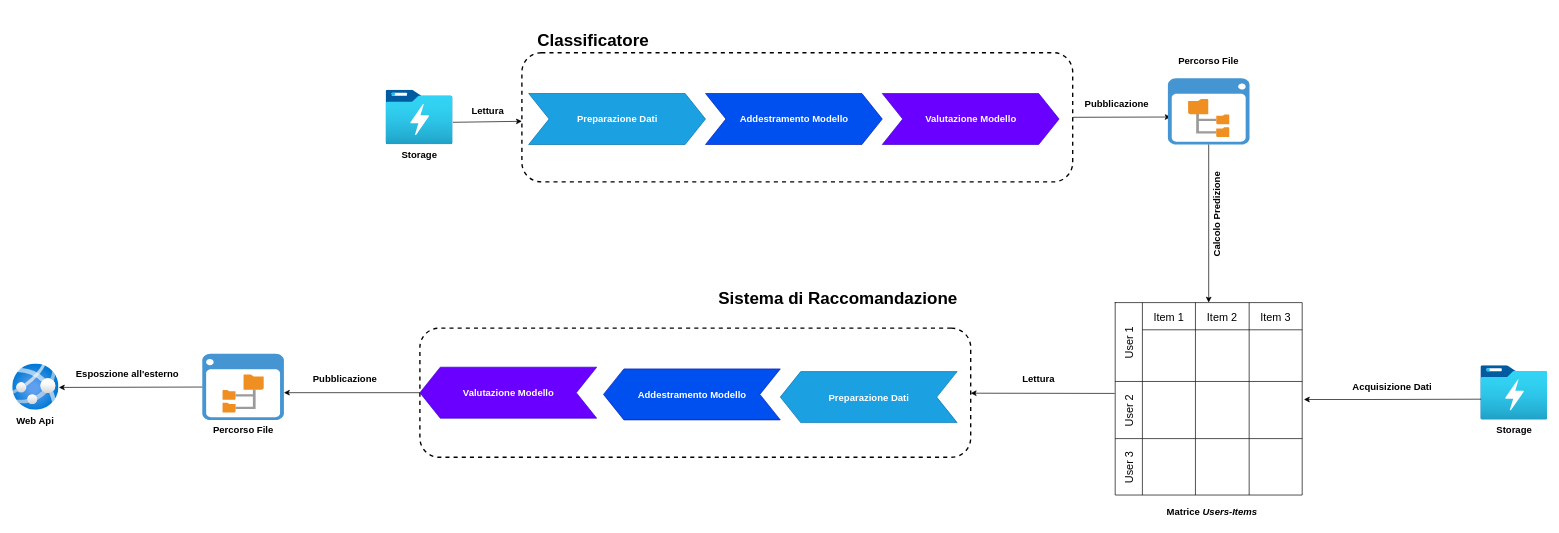
This is page "Recommender System" (1 of 27) of Documentazione/Tesi/Diagrammi/Architettura.drawio from speaking-codes/QuickApp, a draw.io file, before an edit. Source tidied: cells renumbered, new cells numbered last; positions are measured from the earlier drawing's top-left corner, leaving out a move shared by most shapes. Both pictures are drawn from the tidied source at 68%, with x=0, y=0 at pixel (12, 18).
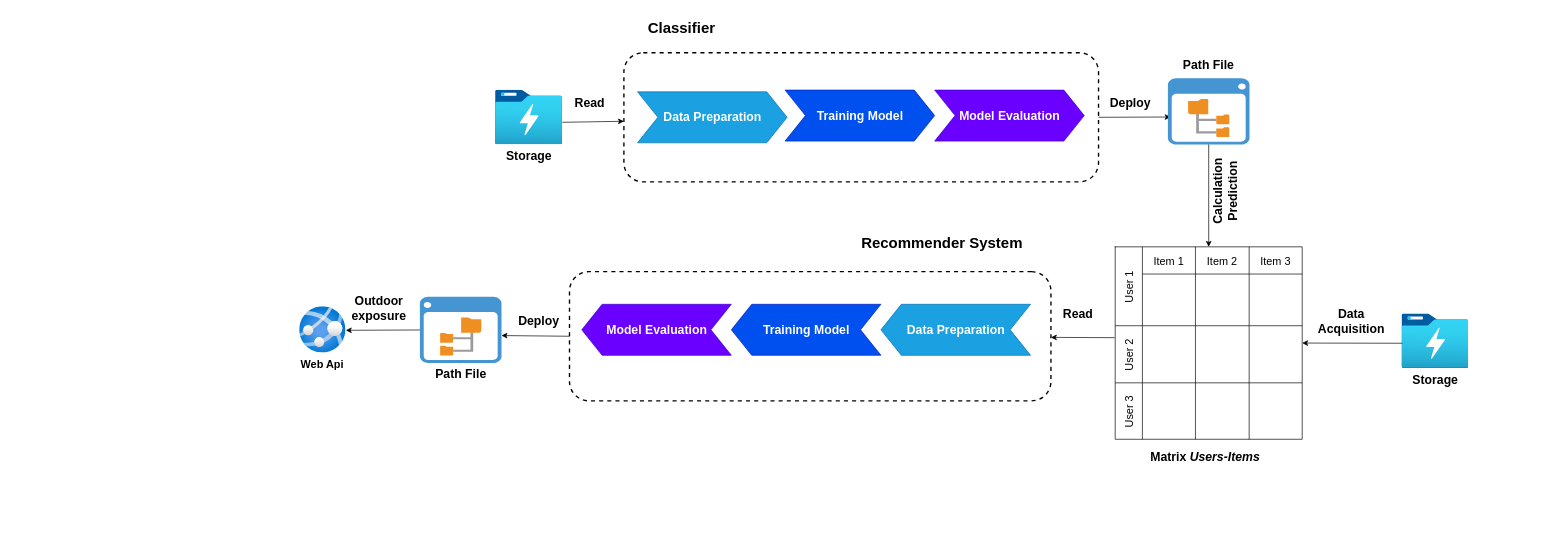
Above is the later version.

Unchanged cells that the change refers to:
```xml
<mxCell id="23" value="User 2" style="shape=tableRow;horizontal=0;swimlaneHead=0;swimlaneBody=0;top=0;left=0;strokeColor=inherit;bottom=0;right=0;fontStyle=0;fillColor=none;startSize=40;fontSize=16;" parent="18" vertex="1">
  <mxGeometry y="116" width="275" height="84" as="geometry" />
</mxCell>
```

The edit, as a diff of the source:
```diff
@@
-    <mxCell id="2" value="Storage" style="image;html=1;points=[];align=center;fontSize=14;image=img/lib/azure2/analytics/Data_Lake_Store_Gen1.svg;fontStyle=1;" parent="1" vertex="1">
-      <mxGeometry x="550" y="105" width="98.5" height="80" as="geometry" />
+    <mxCell id="2" value="Storage" style="image;html=1;points=[];align=center;fontSize=18;image=img/lib/azure2/analytics/Data_Lake_Store_Gen1.svg;fontStyle=1;" parent="1" vertex="1">
+      <mxGeometry x="711" y="105" width="98.5" height="80" as="geometry" />
     </mxCell>
-    <mxCell id="3" style="rounded=1;whiteSpace=wrap;html=1;dashed=1;strokeWidth=2;fillColor=none;" parent="1" vertex="1">
-      <mxGeometry x="750" y="50" width="810" height="190" as="geometry" />
+    <mxCell id="3" style="rounded=1;whiteSpace=wrap;html=1;dashed=1;strokeWidth=2;fillColor=none;fontSize=16;" parent="1" vertex="1">
+      <mxGeometry x="900" y="50" width="698" height="190" as="geometry" />
     </mxCell>
-    <mxCell id="4" value="Classificatore" style="text;html=1;align=center;verticalAlign=middle;whiteSpace=wrap;rounded=0;fontStyle=1;fontSize=25;" parent="1" vertex="1">
-      <mxGeometry x="770" width="170" height="60" as="geometry" />
+    <mxCell id="4" value="Classifier" style="text;html=1;align=center;verticalAlign=middle;whiteSpace=wrap;rounded=0;fontStyle=1;fontSize=22;" parent="1" vertex="1">
+      <mxGeometry x="920" y="-10" width="130" height="50" as="geometry" />
     </mxCell>
-    <mxCell id="5" style="endArrow=classic;html=1;rounded=0;exitX=1;exitY=0.592;exitDx=0;exitDy=0;exitPerimeter=0;" parent="1" edge="1" source="2" target="3">
+    <mxCell id="5" style="endArrow=classic;html=1;rounded=0;exitX=1;exitY=0.592;exitDx=0;exitDy=0;exitPerimeter=0;fontSize=16;" parent="1" edge="1" source="2" target="3">
       <mxGeometry relative="1" as="geometry" />
     </mxCell>
-    <mxCell id="6" value="Lettura" style="text;html=1;align=center;verticalAlign=middle;whiteSpace=wrap;rounded=0;fontStyle=1;fontSize=14;" parent="1" vertex="1">
-      <mxGeometry x="670" y="120" width="60" height="30" as="geometry" />
+    <mxCell id="6" value="Read" style="text;html=1;align=center;verticalAlign=middle;whiteSpace=wrap;rounded=0;fontStyle=1;fontSize=18;" parent="1" vertex="1">
+      <mxGeometry x="820" y="110" width="60" height="30" as="geometry" />
     </mxCell>
-    <mxCell id="7" value="Preparazione Dati" style="html=1;shadow=0;dashed=0;align=center;verticalAlign=middle;shape=mxgraph.arrows2.arrow;dy=0;dx=30;notch=30;fontStyle=1;fontSize=14;fillColor=#1ba1e2;strokeColor=#006EAF;fontColor=#ffffff;" parent="1" vertex="1">
-      <mxGeometry x="760" y="110" width="260" height="75" as="geometry" />
+    <mxCell id="7" value="Data Preparation" style="html=1;shadow=0;dashed=0;align=center;verticalAlign=middle;shape=mxgraph.arrows2.arrow;dy=0;dx=30;notch=30;fontStyle=1;fontSize=18;fillColor=#1ba1e2;strokeColor=#006EAF;fontColor=#ffffff;" parent="1" vertex="1">
+      <mxGeometry x="920" y="107.5" width="220" height="75" as="geometry" />
     </mxCell>
-    <mxCell id="8" value="Addestramento Modello" style="html=1;shadow=0;dashed=0;align=center;verticalAlign=middle;shape=mxgraph.arrows2.arrow;dy=0;dx=30;notch=30;fontStyle=1;fontSize=14;fillColor=#0050ef;fontColor=#ffffff;strokeColor=#001DBC;" parent="1" vertex="1">
-      <mxGeometry x="1020" y="110" width="260" height="75" as="geometry" />
+    <mxCell id="8" value="Training Model" style="html=1;shadow=0;dashed=0;align=center;verticalAlign=middle;shape=mxgraph.arrows2.arrow;dy=0;dx=30;notch=30;fontStyle=1;fontSize=18;fillColor=#0050ef;fontColor=#ffffff;strokeColor=#001DBC;" parent="1" vertex="1">
+      <mxGeometry x="1137" y="105" width="220" height="75" as="geometry" />
     </mxCell>
-    <mxCell id="9" value="Valutazione Modello" style="html=1;shadow=0;dashed=0;align=center;verticalAlign=middle;shape=mxgraph.arrows2.arrow;dy=0;dx=30;notch=30;fontStyle=1;fontSize=14;fillColor=#6a00ff;fontColor=#ffffff;strokeColor=#3700CC;" parent="1" vertex="1">
-      <mxGeometry x="1280" y="110" width="260" height="75" as="geometry" />
+    <mxCell id="9" value="Model Evaluation" style="html=1;shadow=0;dashed=0;align=center;verticalAlign=middle;shape=mxgraph.arrows2.arrow;dy=0;dx=30;notch=30;fontStyle=1;fontSize=18;fillColor=#6a00ff;fontColor=#ffffff;strokeColor=#3700CC;" parent="1" vertex="1">
+      <mxGeometry x="1357" y="105" width="220" height="75" as="geometry" />
     </mxCell>
-    <mxCell id="10" style="endArrow=classic;html=1;rounded=0;exitX=1;exitY=0.5;exitDx=0;exitDy=0;entryX=0.034;entryY=0.585;entryDx=0;entryDy=0;entryPerimeter=0;" parent="1" edge="1" source="3" target="11">
+    <mxCell id="10" style="endArrow=classic;html=1;rounded=0;exitX=1;exitY=0.5;exitDx=0;exitDy=0;entryX=0.034;entryY=0.585;entryDx=0;entryDy=0;entryPerimeter=0;fontSize=16;" parent="1" edge="1" source="3" target="11">
       <mxGeometry relative="1" as="geometry" />
     </mxCell>
-    <mxCell id="11" style="shadow=0;dashed=0;html=1;strokeColor=none;fillColor=#4495D1;labelPosition=center;verticalLabelPosition=bottom;verticalAlign=top;align=center;outlineConnect=0;shape=mxgraph.veeam.2d.file_system_browser;fontSize=14;fontStyle=1;horizontal=0;labelBackgroundColor=none;" parent="1" vertex="1">
+    <mxCell id="11" style="shadow=0;dashed=0;html=1;strokeColor=none;fillColor=#4495D1;labelPosition=center;verticalLabelPosition=bottom;verticalAlign=top;align=center;outlineConnect=0;shape=mxgraph.veeam.2d.file_system_browser;fontSize=16;fontStyle=1;horizontal=0;labelBackgroundColor=none;" parent="1" vertex="1">
       <mxGeometry x="1700" y="87.6" width="120" height="97.4" as="geometry" />
     </mxCell>
-    <mxCell id="12" value="Pubblicazione" style="text;html=1;align=center;verticalAlign=middle;whiteSpace=wrap;rounded=0;fontStyle=1;fontSize=14;" parent="1" vertex="1">
-      <mxGeometry x="1570" y="110" width="110" height="30" as="geometry" />
+    <mxCell id="12" value="Deploy" style="text;html=1;align=center;verticalAlign=middle;whiteSpace=wrap;rounded=0;fontStyle=1;fontSize=18;" parent="1" vertex="1">
+      <mxGeometry x="1610" y="110" width="70" height="30" as="geometry" />
     </mxCell>
-    <mxCell id="13" value="Storage" style="image;html=1;points=[];align=center;fontSize=14;image=img/lib/azure2/analytics/Data_Lake_Store_Gen1.svg;fontStyle=1;" parent="1" vertex="1">
-      <mxGeometry x="2160" y="510" width="98.5" height="80" as="geometry" />
+    <mxCell id="13" value="Storage" style="image;html=1;points=[];align=center;fontSize=18;image=img/lib/azure2/analytics/Data_Lake_Store_Gen1.svg;fontStyle=1;" parent="1" vertex="1">
+      <mxGeometry x="2044" y="434" width="98.5" height="80" as="geometry" />
     </mxCell>
-    <mxCell id="14" style="endArrow=classic;html=1;rounded=0;exitX=0.006;exitY=0.619;exitDx=0;exitDy=0;exitPerimeter=0;" parent="1" edge="1" source="13">
-      <mxGeometry relative="1" as="geometry">
-        <mxPoint x="1900" y="560" as="targetPoint" />
-        <Array as="points">
-          <mxPoint x="2000" y="560" />
-        </Array>
-      </mxGeometry>
+    <mxCell id="14" style="endArrow=classic;html=1;rounded=0;fontSize=16;entryX=1;entryY=0.5;entryDx=0;entryDy=0;exitX=0.007;exitY=0.541;exitDx=0;exitDy=0;exitPerimeter=0;" parent="1" edge="1" source="13" target="18">
+      <mxGeometry relative="1" as="geometry" />
     </mxCell>
-    <mxCell id="15" value="Acquisizione Dati" style="text;html=1;align=center;verticalAlign=middle;whiteSpace=wrap;rounded=0;fontStyle=1;fontSize=14;" parent="1" vertex="1">
-      <mxGeometry x="1960" y="526.5" width="140" height="30" as="geometry" />
+    <mxCell id="15" value="Data &lt;br style=&quot;font-size: 18px;&quot;&gt;Acquisition" style="text;html=1;align=center;verticalAlign=middle;whiteSpace=wrap;rounded=0;fontStyle=1;fontSize=18;" parent="1" vertex="1">
+      <mxGeometry x="1920" y="420" width="100" height="49" as="geometry" />
     </mxCell>
-    <mxCell id="16" value="&#10;&lt;span style=&quot;color: rgb(0, 0, 0); font-family: Helvetica; font-size: 14px; font-style: normal; font-variant-ligatures: normal; font-variant-caps: normal; font-weight: 700; letter-spacing: normal; orphans: 2; text-align: center; text-indent: 0px; text-transform: none; widows: 2; word-spacing: 0px; -webkit-text-stroke-width: 0px; white-space: nowrap; text-decoration-thickness: initial; text-decoration-style: initial; text-decoration-color: initial; float: none; display: inline !important;&quot;&gt;Percorso File&lt;/span&gt;&#10;&#10;" style="text;html=1;align=center;verticalAlign=top;whiteSpace=wrap;rounded=0;fontStyle=1;fontSize=14;labelBackgroundColor=none;" parent="1" vertex="1">
+    <mxCell id="16" value="&lt;br style=&quot;font-size: 18px;&quot;&gt;&lt;span style=&quot;color: rgb(0, 0, 0); font-family: Helvetica; font-size: 18px; font-style: normal; font-variant-ligatures: normal; font-variant-caps: normal; font-weight: 700; letter-spacing: normal; orphans: 2; text-align: center; text-indent: 0px; text-transform: none; widows: 2; word-spacing: 0px; -webkit-text-stroke-width: 0px; white-space: nowrap; text-decoration-thickness: initial; text-decoration-style: initial; text-decoration-color: initial; float: none; display: inline !important;&quot;&gt;Path File&lt;/span&gt;&lt;div style=&quot;font-size: 18px;&quot;&gt;&lt;br style=&quot;font-size: 18px;&quot;&gt;&lt;/div&gt;" style="text;html=1;align=center;verticalAlign=top;whiteSpace=wrap;rounded=0;fontStyle=1;fontSize=18;labelBackgroundColor=none;" parent="1" vertex="1">
       <mxGeometry x="1705" y="30" width="110" height="50" as="geometry" />
     </mxCell>
-    <mxCell id="17" value="Calcolo Predizione" style="endArrow=classic;html=1;rounded=0;fontSize=14;fontStyle=1;horizontal=0;verticalAlign=top;align=center;labelBackgroundColor=none;spacingBottom=0;spacing=2;spacingLeft=8;entryX=0.5;entryY=0;entryDx=0;entryDy=0;" parent="1" edge="1" source="11" target="18">
+    <mxCell id="17" value="Calculation &lt;br&gt;Prediction" style="endArrow=classic;html=1;rounded=0;fontSize=18;fontStyle=1;horizontal=0;verticalAlign=top;align=center;labelBackgroundColor=none;spacingBottom=0;spacing=2;spacingLeft=8;entryX=0.5;entryY=0;entryDx=0;entryDy=0;" parent="1" edge="1" source="11" target="18">
       <mxGeometry x="-0.17" relative="1" as="geometry" />
     </mxCell>
     <mxCell id="18" style="shape=table;childLayout=tableLayout;startSize=0;fontSize=16;rounded=0;strokeColor=default;" parent="1" vertex="1">
-      <mxGeometry x="1622.5" y="417.5" width="275" height="283" as="geometry" />
+      <mxGeometry x="1622.5" y="335.5" width="275" height="283" as="geometry" />
     </mxCell>
@@
-    <mxCell id="26" style="swimlane;swimlaneHead=0;swimlaneBody=0;fontStyle=0;strokeColor=inherit;fillColor=none;startSize=0;fontSize=16;" parent="23" vertex="1">
+    <mxCell id="26" style="swimlane;swimlaneHead=0;swimlaneBody=0;fontStyle=0;strokeColor=inherit;fillColor=none;startSize=0;fontSize=18;" parent="23" vertex="1">
       <mxGeometry x="197" width="78" height="84" as="geometry" />
     </mxCell>
@@
-    <mxCell id="31" style="rounded=1;whiteSpace=wrap;html=1;dashed=1;strokeWidth=2;fillColor=none;flipH=1;" parent="1" vertex="1">
-      <mxGeometry x="600" y="455" width="810" height="190" as="geometry" />
+    <mxCell id="31" style="rounded=1;whiteSpace=wrap;html=1;dashed=1;strokeWidth=2;fillColor=none;flipH=1;fontSize=16;" parent="1" vertex="1">
+      <mxGeometry x="820" y="372" width="708" height="190" as="geometry" />
     </mxCell>
-    <mxCell id="32" value="Sistema di Raccomandazione" style="text;html=1;align=center;verticalAlign=middle;whiteSpace=wrap;rounded=0;fontStyle=1;fontSize=25;flipH=1;" parent="1" vertex="1">
-      <mxGeometry x="1030" y="380" width="370" height="60" as="geometry" />
+    <mxCell id="32" value="Recommender System" style="text;html=1;align=center;verticalAlign=middle;whiteSpace=wrap;rounded=0;fontStyle=1;fontSize=22;flipH=1;" parent="1" vertex="1">
+      <mxGeometry x="1238" y="300" width="260" height="60" as="geometry" />
     </mxCell>
-    <mxCell id="33" value="Preparazione Dati" style="html=1;shadow=0;dashed=0;align=center;verticalAlign=middle;shape=mxgraph.arrows2.arrow;dy=0;dx=30;notch=30;fontStyle=1;fontSize=14;fillColor=#1ba1e2;strokeColor=#006EAF;fontColor=#ffffff;flipH=1;" parent="1" vertex="1">
-      <mxGeometry x="1130" y="519" width="260" height="75" as="geometry" />
+    <mxCell id="33" value="Data Preparation" style="html=1;shadow=0;dashed=0;align=center;verticalAlign=middle;shape=mxgraph.arrows2.arrow;dy=0;dx=30;notch=30;fontStyle=1;fontSize=18;fillColor=#1ba1e2;strokeColor=#006EAF;fontColor=#ffffff;flipH=1;" parent="1" vertex="1">
+      <mxGeometry x="1278" y="420" width="220" height="75" as="geometry" />
     </mxCell>
-    <mxCell id="34" value="Addestramento Modello" style="html=1;shadow=0;dashed=0;align=center;verticalAlign=middle;shape=mxgraph.arrows2.arrow;dy=0;dx=30;notch=30;fontStyle=1;fontSize=14;fillColor=#0050ef;fontColor=#ffffff;strokeColor=#001DBC;flipH=1;" parent="1" vertex="1">
-      <mxGeometry x="870" y="515" width="260" height="75" as="geometry" />
+    <mxCell id="34" value="Training Model" style="html=1;shadow=0;dashed=0;align=center;verticalAlign=middle;shape=mxgraph.arrows2.arrow;dy=0;dx=30;notch=30;fontStyle=1;fontSize=18;fillColor=#0050ef;fontColor=#ffffff;strokeColor=#001DBC;flipH=1;" parent="1" vertex="1">
+      <mxGeometry x="1058" y="420" width="220" height="75" as="geometry" />
     </mxCell>
-    <mxCell id="35" value="Valutazione Modello" style="html=1;shadow=0;dashed=0;align=center;verticalAlign=middle;shape=mxgraph.arrows2.arrow;dy=0;dx=30;notch=30;fontStyle=1;fontSize=14;fillColor=#6a00ff;fontColor=#ffffff;strokeColor=#3700CC;flipH=1;" parent="1" vertex="1">
-      <mxGeometry x="600" y="512.5" width="260" height="75" as="geometry" />
+    <mxCell id="35" value="Model Evaluation" style="html=1;shadow=0;dashed=0;align=center;verticalAlign=middle;shape=mxgraph.arrows2.arrow;dy=0;dx=30;notch=30;fontStyle=1;fontSize=18;fillColor=#6a00ff;fontColor=#ffffff;strokeColor=#3700CC;flipH=1;" parent="1" vertex="1">
+      <mxGeometry x="838" y="420" width="220" height="75" as="geometry" />
     </mxCell>
-    <mxCell id="36" style="endArrow=classic;html=1;rounded=0;exitX=-0.003;exitY=0.472;exitDx=0;exitDy=0;exitPerimeter=0;" parent="1" edge="1" source="18" target="31">
+    <mxCell id="36" style="endArrow=classic;html=1;rounded=0;exitX=-0.003;exitY=0.472;exitDx=0;exitDy=0;exitPerimeter=0;fontSize=16;" parent="1" edge="1" source="18" target="31">
       <mxGeometry relative="1" as="geometry" />
     </mxCell>
-    <mxCell id="37" value="Lettura" style="text;html=1;align=center;verticalAlign=middle;whiteSpace=wrap;rounded=0;fontStyle=1;fontSize=14;" parent="1" vertex="1">
-      <mxGeometry x="1480" y="515" width="60" height="30" as="geometry" />
+    <mxCell id="37" value="Read" style="text;html=1;align=center;verticalAlign=middle;whiteSpace=wrap;rounded=0;fontStyle=1;fontSize=18;" parent="1" vertex="1">
+      <mxGeometry x="1538" y="420" width="60" height="30" as="geometry" />
     </mxCell>
-    <mxCell id="38" style="endArrow=classic;html=1;rounded=0;exitX=1;exitY=0.5;exitDx=0;exitDy=0;entryX=0.034;entryY=0.585;entryDx=0;entryDy=0;entryPerimeter=0;" parent="1" edge="1" target="39">
-      <mxGeometry relative="1" as="geometry">
-        <mxPoint x="304.1" y="540" as="sourcePoint" />
-      </mxGeometry>
-    </mxCell>
-    <mxCell id="39" value="Percorso File" style="shadow=0;dashed=0;html=1;strokeColor=none;fillColor=#4495D1;labelPosition=center;verticalLabelPosition=bottom;verticalAlign=top;align=center;outlineConnect=0;shape=mxgraph.veeam.2d.file_system_browser;fontSize=14;fontStyle=1;flipH=1;" parent="1" vertex="1">
-      <mxGeometry x="280" y="492.8" width="120" height="97.4" as="geometry" />
+    <mxCell id="39" value="Path File" style="shadow=0;dashed=0;html=1;strokeColor=none;fillColor=#4495D1;labelPosition=center;verticalLabelPosition=bottom;verticalAlign=top;align=center;outlineConnect=0;shape=mxgraph.veeam.2d.file_system_browser;fontSize=18;fontStyle=1;flipH=1;" parent="1" vertex="1">
+      <mxGeometry x="600" y="408.8" width="120" height="97.4" as="geometry" />
     </mxCell>
-    <mxCell id="40" value="Pubblicazione" style="text;html=1;align=center;verticalAlign=middle;whiteSpace=wrap;rounded=0;fontStyle=1;fontSize=14;flipH=1;" parent="1" vertex="1">
-      <mxGeometry x="430" y="515" width="120" height="30" as="geometry" />
+    <mxCell id="40" value="Deploy" style="text;html=1;align=center;verticalAlign=middle;whiteSpace=wrap;rounded=0;fontStyle=1;fontSize=18;flipH=1;" parent="1" vertex="1">
+      <mxGeometry x="740" y="429.5" width="69.5" height="30" as="geometry" />
     </mxCell>
-    <mxCell id="41" value="Web Api" style="image;html=1;points=[];align=center;fontSize=14;image=img/lib/azure2/app_services/App_Services.svg;fontStyle=1;flipH=1;" parent="1" vertex="1">
-      <mxGeometry y="507.5" width="68" height="68" as="geometry" />
+    <mxCell id="41" value="Web Api" style="image;html=1;points=[];align=center;fontSize=16;image=img/lib/azure2/app_services/App_Services.svg;fontStyle=1;flipH=1;" parent="1" vertex="1">
+      <mxGeometry x="422" y="423.5" width="68" height="68" as="geometry" />
     </mxCell>
-    <mxCell id="42" value="Esposzione all'esterno" style="text;html=1;align=center;verticalAlign=middle;whiteSpace=wrap;rounded=0;fontStyle=1;fontSize=14;flipH=1;" parent="1" vertex="1">
-      <mxGeometry x="90" y="507.5" width="160" height="30" as="geometry" />
+    <mxCell id="42" value="Outdoor exposure" style="text;html=1;align=center;verticalAlign=middle;whiteSpace=wrap;rounded=0;fontStyle=1;fontSize=18;flipH=1;" parent="1" vertex="1">
+      <mxGeometry x="490" y="402.5" width="100" height="47.5" as="geometry" />
     </mxCell>
-    <mxCell id="43" style="endArrow=classic;html=1;rounded=0;entryX=-0.016;entryY=0.511;entryDx=0;entryDy=0;entryPerimeter=0;" parent="1" edge="1" source="39" target="41">
+    <mxCell id="43" style="endArrow=classic;html=1;rounded=0;entryX=-0.016;entryY=0.511;entryDx=0;entryDy=0;entryPerimeter=0;fontSize=16;" parent="1" edge="1" source="39" target="41">
       <mxGeometry relative="1" as="geometry" />
     </mxCell>
-    <mxCell id="44" style="endArrow=classic;html=1;rounded=0;entryX=0;entryY=0.587;entryDx=0;entryDy=0;entryPerimeter=0;exitX=0;exitY=0.5;exitDx=0;exitDy=0;" parent="1" edge="1" source="31" target="39">
+    <mxCell id="44" style="endArrow=classic;html=1;rounded=0;entryX=0;entryY=0.587;entryDx=0;entryDy=0;entryPerimeter=0;exitX=0;exitY=0.5;exitDx=0;exitDy=0;fontSize=16;" parent="1" edge="1" source="31" target="39">
       <mxGeometry relative="1" as="geometry" />
     </mxCell>
-    <mxCell id="45" value="Matrice &lt;i&gt;Users-Items&lt;/i&gt;" style="text;html=1;align=center;verticalAlign=middle;whiteSpace=wrap;rounded=0;fontSize=14;fontStyle=1;" parent="1" vertex="1">
-      <mxGeometry x="1630" y="710" width="270" height="30" as="geometry" />
+    <mxCell id="45" value="&lt;span style=&quot;font-size: 18px;&quot;&gt;Matrix&amp;nbsp;&lt;/span&gt;&lt;i style=&quot;font-size: 18px;&quot;&gt;Users-Items&lt;/i&gt;" style="text;html=1;align=center;verticalAlign=middle;whiteSpace=wrap;rounded=0;fontSize=18;fontStyle=1;" parent="1" vertex="1">
+      <mxGeometry x="1670" y="630" width="170" height="30" as="geometry" />
     </mxCell>
```
